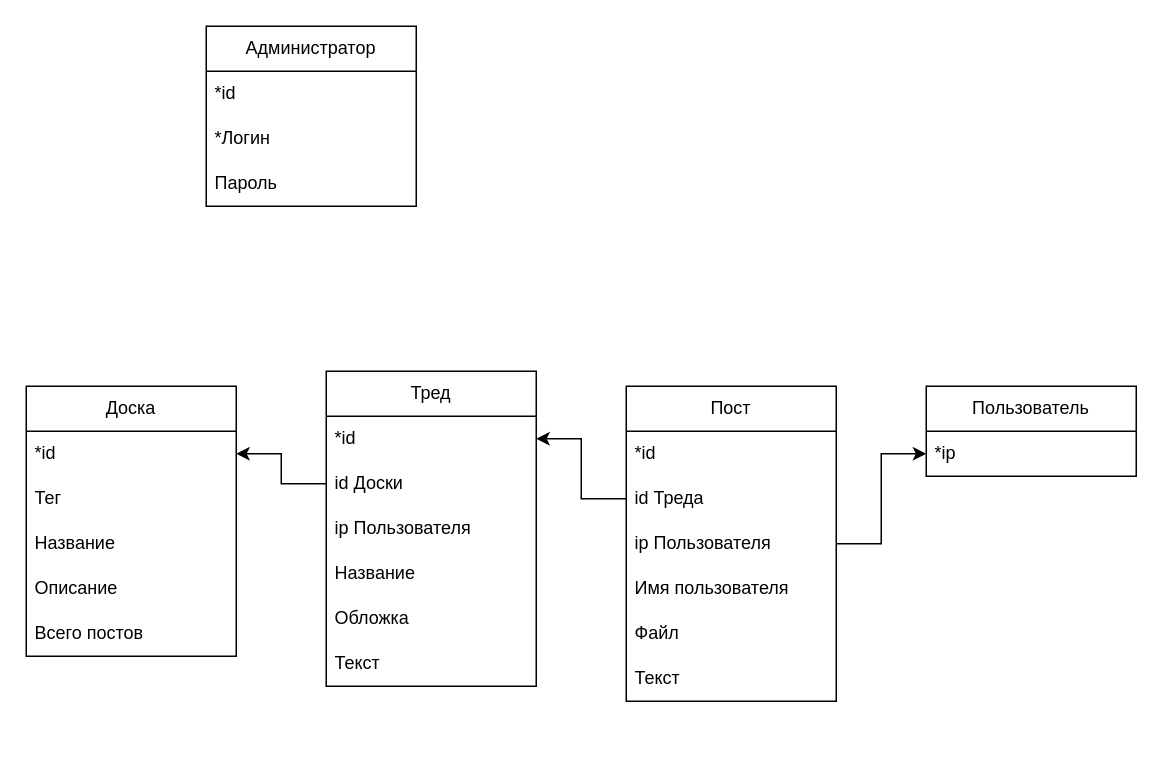
Above: relational.drawio in Urvatov/openchan-django (draw.io), before the change. Source tidied: cells renumbered, new cells numbered last; positions are measured from the earlier drawing's top-left corner, leaving out a move shared by most shapes. Both pictures are drawn from the tidied source at 150%, with x=0, y=0 at pixel (26, 26).
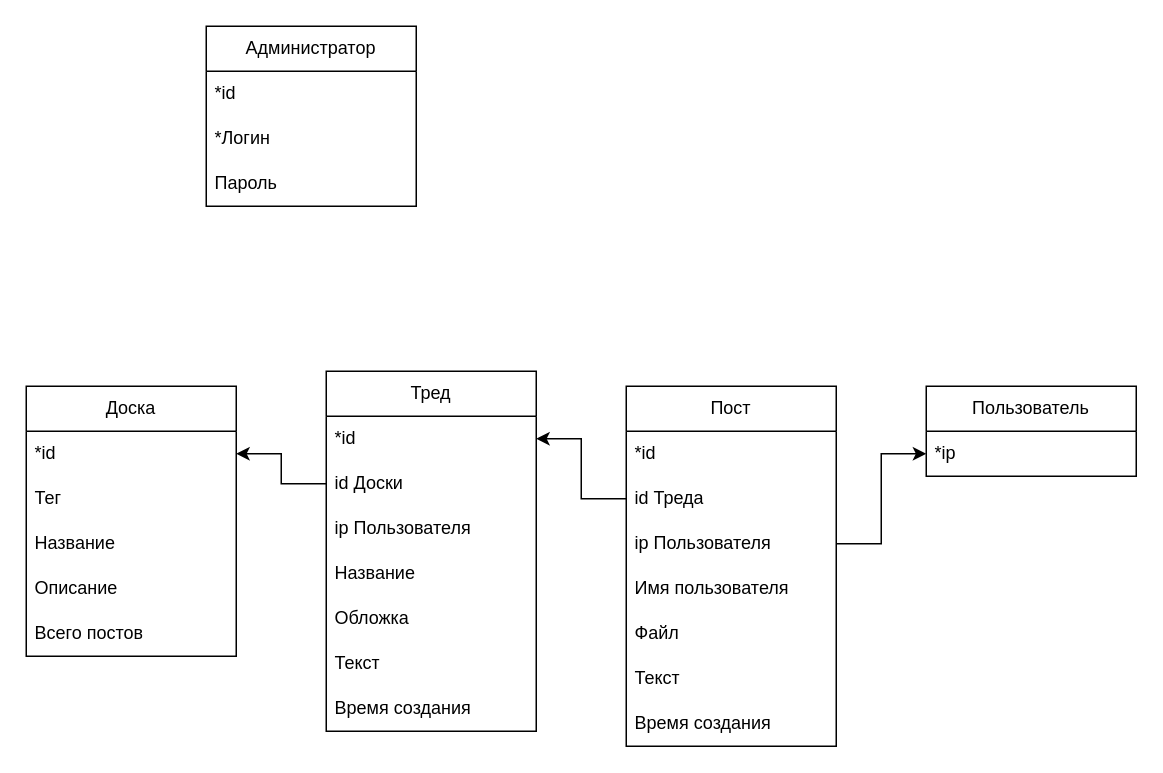
The same diagram, later.

What changed in the source:
```diff
@@
     <mxCell id="8" value="Тред" style="swimlane;fontStyle=0;horizontal=1;startSize=30;whiteSpace=wrap;html=1;" parent="1" vertex="1">
-      <mxGeometry x="200" y="230" width="140" height="210" as="geometry" />
+      <mxGeometry x="200" y="230" width="140" height="240" as="geometry" />
     </mxCell>
@@
+    <mxCell id="31" value="Время создания" style="text;strokeColor=none;fillColor=none;align=left;verticalAlign=middle;spacingLeft=4;spacingRight=4;overflow=hidden;whiteSpace=wrap;html=1;" parent="8" vertex="1">
+      <mxGeometry y="210" width="140" height="30" as="geometry" />
+    </mxCell>
     <mxCell id="15" value="Пост" style="swimlane;fontStyle=0;horizontal=1;startSize=30;whiteSpace=wrap;html=1;" parent="1" vertex="1">
-      <mxGeometry x="400" y="240" width="140" height="210" as="geometry" />
+      <mxGeometry x="400" y="240" width="140" height="240" as="geometry" />
     </mxCell>
@@
+    <mxCell id="32" value="Время создания" style="text;strokeColor=none;fillColor=none;align=left;verticalAlign=middle;spacingLeft=4;spacingRight=4;overflow=hidden;whiteSpace=wrap;html=1;" parent="15" vertex="1">
+      <mxGeometry y="210" width="140" height="30" as="geometry" />
+    </mxCell>
```
